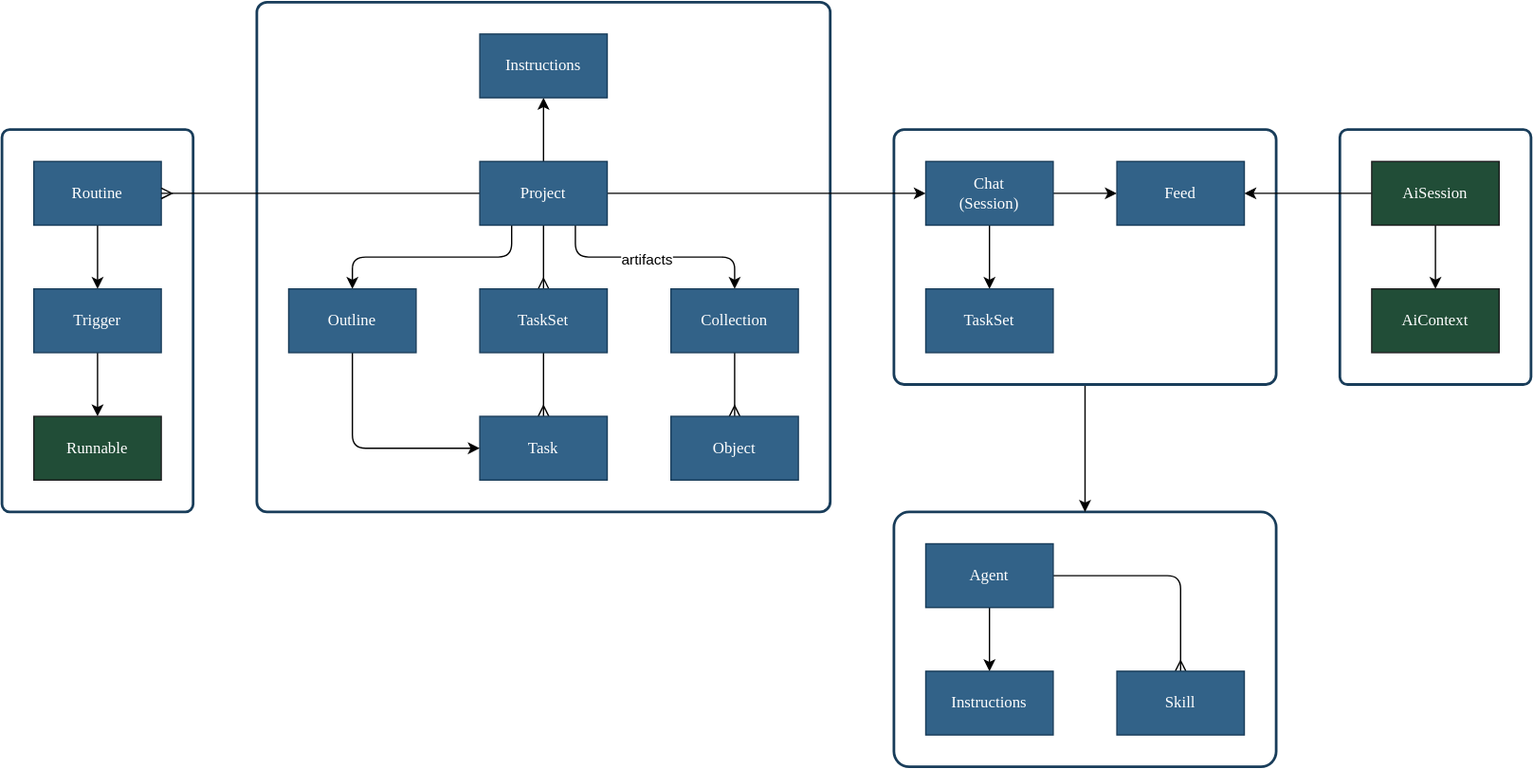
The draw.io diagram packages/core/compute/compute/docs/project.drawio.svg in dxos/dxos, before a commit. Source tidied: cells renumbered, new cells last; positions are measured from the earlier drawing's top-left corner, leaving out a move shared by most shapes.
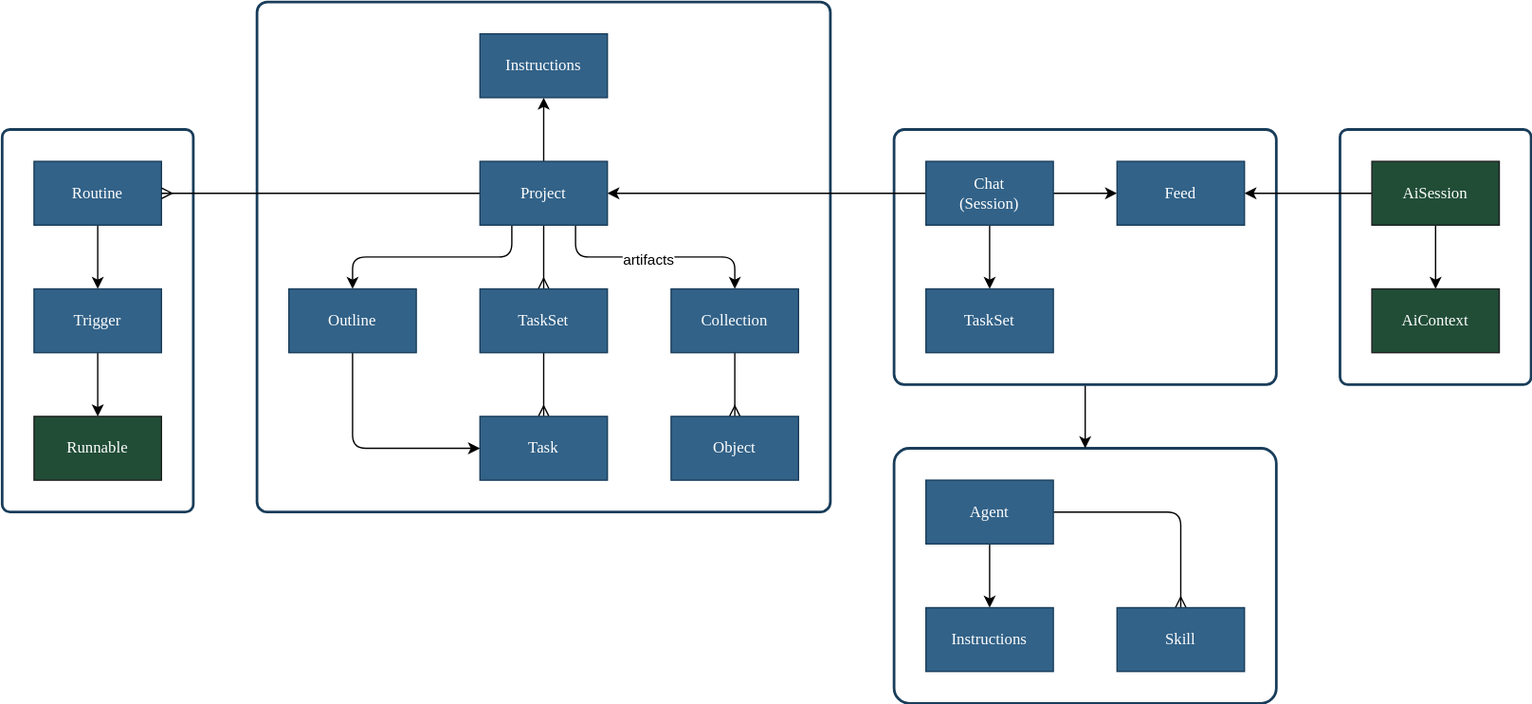
The same file after the commit.

What changed in the source:
```diff
@@ -6,7 +6,7 @@
       <mxGeometry x="192" width="432" height="384" as="geometry" />
     </mxCell>
     <mxCell id="3" style="rounded=1;whiteSpace=wrap;html=1;fillColor=none;fontColor=#FFFFFF;strokeColor=#193D5A;fontFamily=Space Grotesk;strokeWidth=2;arcSize=6;" parent="1" vertex="1">
-      <mxGeometry x="672" y="384" width="288" height="192" as="geometry" />
+      <mxGeometry x="672" y="336" width="288" height="192" as="geometry" />
     </mxCell>
     <mxCell id="4" style="rounded=1;whiteSpace=wrap;html=1;fillColor=none;fontColor=#FFFFFF;strokeColor=#193D5A;fontFamily=Space Grotesk;strokeWidth=2;arcSize=4;" parent="1" vertex="1">
       <mxGeometry x="1008" y="96" width="144" height="192" as="geometry" />
@@ -32,12 +32,12 @@
     <mxCell id="11" style="edgeStyle=none;html=1;exitX=1;exitY=0.5;exitDx=0;exitDy=0;endArrow=ERmany;endFill=0;" parent="1" edge="1" source="12" target="43">
       <mxGeometry relative="1" as="geometry">
         <Array as="points">
-          <mxPoint x="888" y="432" />
+          <mxPoint x="888" y="384" />
         </Array>
       </mxGeometry>
     </mxCell>
     <mxCell id="12" value="Agent" style="rounded=0;whiteSpace=wrap;html=1;fillColor=#326288;fontColor=#FFFFFF;strokeColor=#193D5A;fontFamily=Space Grotesk;" parent="1" vertex="1">
-      <mxGeometry x="696" y="408" width="96" height="48" as="geometry" />
+      <mxGeometry x="696" y="360" width="96" height="48" as="geometry" />
     </mxCell>
     <mxCell id="13" style="edgeStyle=none;html=1;fontFamily=Space Grotesk;startArrow=none;startFill=0;endArrow=classic;endFill=1;" parent="1" edge="1" source="15" target="16">
       <mxGeometry relative="1" as="geometry" />
@@ -58,7 +58,7 @@
       <mxGeometry x="24" y="120" width="96" height="48" as="geometry" />
     </mxCell>
     <mxCell id="19" value="Instructions" style="rounded=0;whiteSpace=wrap;html=1;fillColor=#326288;fontColor=#FFFFFF;strokeColor=#193D5A;fontFamily=Space Grotesk;" parent="1" vertex="1">
-      <mxGeometry x="696" y="504" width="96" height="48" as="geometry" />
+      <mxGeometry x="696" y="456" width="96" height="48" as="geometry" />
     </mxCell>
     <mxCell id="20" style="edgeStyle=none;html=1;exitX=0.5;exitY=1;exitDx=0;exitDy=0;" parent="1" edge="1" source="21" target="22">
       <mxGeometry relative="1" as="geometry" />
@@ -97,7 +97,7 @@
     <mxCell id="28" style="edgeStyle=none;html=1;endArrow=ERmany;endFill=0;" parent="1" edge="1" source="30" target="18">
       <mxGeometry relative="1" as="geometry" />
     </mxCell>
-    <mxCell id="29" style="edgeStyle=none;html=1;exitX=1;exitY=0.5;exitDx=0;exitDy=0;" parent="1" edge="1" source="30" target="40">
+    <mxCell id="29" style="edgeStyle=none;html=1;" parent="1" edge="1" source="40" target="30">
       <mxGeometry relative="1" as="geometry" />
     </mxCell>
     <mxCell id="30" value="Project" style="rounded=0;whiteSpace=wrap;html=1;fillColor=#326288;fontColor=#FFFFFF;strokeColor=#193D5A;fontFamily=Space Grotesk;" parent="1" vertex="1">
@@ -144,7 +144,7 @@
       <mxGeometry x="696" y="216" width="96" height="48" as="geometry" />
     </mxCell>
     <mxCell id="43" value="Skill" style="rounded=0;whiteSpace=wrap;html=1;fillColor=#326288;fontColor=#FFFFFF;strokeColor=#193D5A;fontFamily=Space Grotesk;" parent="1" vertex="1">
-      <mxGeometry x="840" y="504" width="96" height="48" as="geometry" />
+      <mxGeometry x="840" y="456" width="96" height="48" as="geometry" />
     </mxCell>
   </root>
 </mxGraphModel>
```
